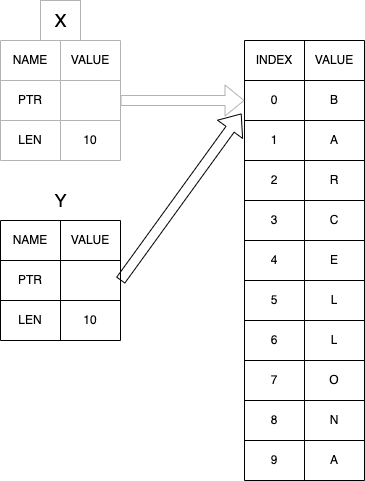
rmarioo/rust_demo keeps this draw.io diagram as rust_borrowing.png. Above is the earlier version. Source tidied: cells renumbered, new cells last; positions are measured from the earlier drawing's top-left corner, leaving out a move shared by most shapes.
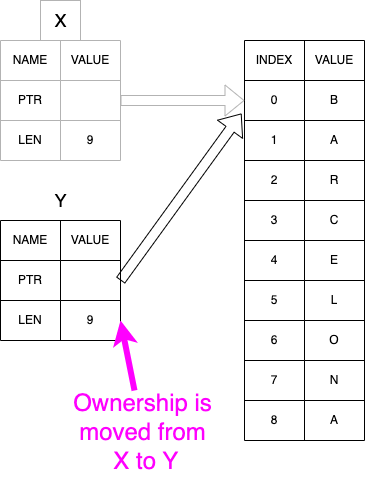
Later version of the same file.

Diff of the diagram source:
```diff
@@ -3,7 +3,7 @@
     <mxCell id="0" />
     <mxCell id="1" parent="0" />
     <mxCell id="2" style="shape=table;startSize=0;" parent="1" vertex="1">
-      <mxGeometry x="244" y="40" width="120" height="440" as="geometry" />
+      <mxGeometry x="244" y="40" width="120" height="400" as="geometry" />
     </mxCell>
     <mxCell id="3" style="shape=tableRow;horizontal=0;startSize=0;swimlaneHead=0;swimlaneBody=0;top=0;left=0;bottom=0;right=0;fillColor=none;" parent="2" vertex="1">
       <mxGeometry width="120" height="40" as="geometry" />
@@ -59,46 +59,37 @@
     <mxCell id="20" value="E" style="shape=partialRectangle;html=1;whiteSpace=wrap;overflow=hidden;fillColor=none;top=0;left=0;bottom=0;right=0;" parent="18" vertex="1">
       <mxGeometry x="60" width="60" height="40" as="geometry" />
     </mxCell>
-    <mxCell id="21" style="shape=tableRow;horizontal=0;startSize=0;swimlaneHead=0;swimlaneBody=0;top=0;left=0;bottom=0;right=0;fillColor=none;" parent="2" vertex="1">
-      <mxGeometry y="240" width="120" height="40" as="geometry" />
-    </mxCell>
-    <mxCell id="22" value="5" style="shape=partialRectangle;html=1;whiteSpace=wrap;overflow=hidden;fillColor=none;top=0;left=0;bottom=0;right=0;" parent="21" vertex="1">
-      <mxGeometry width="60" height="40" as="geometry" />
-    </mxCell>
-    <mxCell id="23" value="L" style="shape=partialRectangle;html=1;whiteSpace=wrap;overflow=hidden;fillColor=none;top=0;left=0;bottom=0;right=0;" parent="21" vertex="1">
-      <mxGeometry x="60" width="60" height="40" as="geometry" />
-    </mxCell>
     <mxCell id="24" style="shape=tableRow;horizontal=0;startSize=0;swimlaneHead=0;swimlaneBody=0;top=0;left=0;bottom=0;right=0;fillColor=none;" parent="2" vertex="1">
-      <mxGeometry y="280" width="120" height="40" as="geometry" />
+      <mxGeometry y="240" width="120" height="40" as="geometry" />
     </mxCell>
-    <mxCell id="25" value="6" style="shape=partialRectangle;html=1;whiteSpace=wrap;overflow=hidden;fillColor=none;top=0;left=0;bottom=0;right=0;" parent="24" vertex="1">
+    <mxCell id="25" value="5" style="shape=partialRectangle;html=1;whiteSpace=wrap;overflow=hidden;fillColor=none;top=0;left=0;bottom=0;right=0;" parent="24" vertex="1">
       <mxGeometry width="60" height="40" as="geometry" />
     </mxCell>
     <mxCell id="26" value="L" style="shape=partialRectangle;html=1;whiteSpace=wrap;overflow=hidden;fillColor=none;top=0;left=0;bottom=0;right=0;" parent="24" vertex="1">
       <mxGeometry x="60" width="60" height="40" as="geometry" />
     </mxCell>
     <mxCell id="27" style="shape=tableRow;horizontal=0;startSize=0;swimlaneHead=0;swimlaneBody=0;top=0;left=0;bottom=0;right=0;fillColor=none;" parent="2" vertex="1">
-      <mxGeometry y="320" width="120" height="40" as="geometry" />
+      <mxGeometry y="280" width="120" height="40" as="geometry" />
     </mxCell>
-    <mxCell id="28" value="7" style="shape=partialRectangle;html=1;whiteSpace=wrap;overflow=hidden;fillColor=none;top=0;left=0;bottom=0;right=0;" parent="27" vertex="1">
+    <mxCell id="28" value="6" style="shape=partialRectangle;html=1;whiteSpace=wrap;overflow=hidden;fillColor=none;top=0;left=0;bottom=0;right=0;" parent="27" vertex="1">
       <mxGeometry width="60" height="40" as="geometry" />
     </mxCell>
     <mxCell id="29" value="O" style="shape=partialRectangle;html=1;whiteSpace=wrap;overflow=hidden;fillColor=none;top=0;left=0;bottom=0;right=0;" parent="27" vertex="1">
       <mxGeometry x="60" width="60" height="40" as="geometry" />
     </mxCell>
     <mxCell id="30" style="shape=tableRow;horizontal=0;startSize=0;swimlaneHead=0;swimlaneBody=0;top=0;left=0;bottom=0;right=0;fillColor=none;" parent="2" vertex="1">
-      <mxGeometry y="360" width="120" height="40" as="geometry" />
+      <mxGeometry y="320" width="120" height="40" as="geometry" />
     </mxCell>
-    <mxCell id="31" value="8" style="shape=partialRectangle;html=1;whiteSpace=wrap;overflow=hidden;fillColor=none;top=0;left=0;bottom=0;right=0;" parent="30" vertex="1">
+    <mxCell id="31" value="7" style="shape=partialRectangle;html=1;whiteSpace=wrap;overflow=hidden;fillColor=none;top=0;left=0;bottom=0;right=0;" parent="30" vertex="1">
       <mxGeometry width="60" height="40" as="geometry" />
     </mxCell>
     <mxCell id="32" value="N" style="shape=partialRectangle;html=1;whiteSpace=wrap;overflow=hidden;fillColor=none;top=0;left=0;bottom=0;right=0;" parent="30" vertex="1">
       <mxGeometry x="60" width="60" height="40" as="geometry" />
     </mxCell>
     <mxCell id="33" style="shape=tableRow;horizontal=0;startSize=0;swimlaneHead=0;swimlaneBody=0;top=0;left=0;bottom=0;right=0;fillColor=none;" parent="2" vertex="1">
-      <mxGeometry y="400" width="120" height="40" as="geometry" />
+      <mxGeometry y="360" width="120" height="40" as="geometry" />
     </mxCell>
-    <mxCell id="34" value="9" style="shape=partialRectangle;html=1;whiteSpace=wrap;overflow=hidden;fillColor=none;top=0;left=0;bottom=0;right=0;" parent="33" vertex="1">
+    <mxCell id="34" value="8" style="shape=partialRectangle;html=1;whiteSpace=wrap;overflow=hidden;fillColor=none;top=0;left=0;bottom=0;right=0;" parent="33" vertex="1">
       <mxGeometry width="60" height="40" as="geometry" />
     </mxCell>
     <mxCell id="35" value="A" style="shape=partialRectangle;html=1;whiteSpace=wrap;overflow=hidden;fillColor=none;top=0;left=0;bottom=0;right=0;" parent="33" vertex="1">
@@ -131,7 +122,7 @@
     <mxCell id="44" value="LEN" style="shape=partialRectangle;html=1;whiteSpace=wrap;overflow=hidden;fillColor=none;top=0;left=0;bottom=0;right=0;strokeColor=#B3B3B3;" parent="43" vertex="1">
       <mxGeometry width="60" height="40" as="geometry" />
     </mxCell>
-    <mxCell id="45" value="10" style="shape=partialRectangle;html=1;whiteSpace=wrap;overflow=hidden;fillColor=none;top=0;left=0;bottom=0;right=0;strokeColor=#B3B3B3;" parent="43" vertex="1">
+    <mxCell id="45" value="9" style="shape=partialRectangle;html=1;whiteSpace=wrap;overflow=hidden;fillColor=none;top=0;left=0;bottom=0;right=0;strokeColor=#B3B3B3;" parent="43" vertex="1">
       <mxGeometry x="60" width="60" height="40" as="geometry" />
     </mxCell>
     <mxCell id="46" value="&lt;font style=&quot;font-size: 18px;&quot;&gt;X&lt;/font&gt;" style="text;html=1;align=center;verticalAlign=middle;strokeColor=#B3B3B3;fillColor=none;" parent="1" vertex="1">
@@ -167,7 +158,7 @@
     <mxCell id="56" value="LEN" style="shape=partialRectangle;html=1;whiteSpace=wrap;overflow=hidden;fillColor=none;top=0;left=0;bottom=0;right=0;" parent="55" vertex="1">
       <mxGeometry width="60" height="40" as="geometry" />
     </mxCell>
-    <mxCell id="57" value="10" style="shape=partialRectangle;html=1;whiteSpace=wrap;overflow=hidden;fillColor=none;top=0;left=0;bottom=0;right=0;" parent="55" vertex="1">
+    <mxCell id="57" value="9" style="shape=partialRectangle;html=1;whiteSpace=wrap;overflow=hidden;fillColor=none;top=0;left=0;bottom=0;right=0;" parent="55" vertex="1">
       <mxGeometry x="60" width="60" height="40" as="geometry" />
     </mxCell>
     <mxCell id="58" value="&lt;font style=&quot;font-size: 18px;&quot;&gt;Y&lt;/font&gt;" style="text;html=1;align=center;verticalAlign=middle;strokeColor=none;fillColor=none;" parent="1" vertex="1">
@@ -176,5 +167,13 @@
     <mxCell id="59" style="shape=flexArrow;endArrow=classic;html=1;rounded=0;fontSize=18;entryX=-0.025;entryY=0.825;entryDx=0;entryDy=0;entryPerimeter=0;exitX=1;exitY=0.5;exitDx=0;exitDy=0;" parent="1" edge="1" source="52" target="6">
       <mxGeometry relative="1" as="geometry" />
     </mxCell>
+    <mxCell id="60" value="&lt;font color=&quot;#ff00ff&quot; style=&quot;font-size: 24px;&quot;&gt;Ownership is &lt;br&gt;moved from&lt;br&gt;&amp;nbsp;X to Y&lt;/font&gt;" style="text;html=1;align=center;verticalAlign=middle;strokeColor=none;fillColor=none;" parent="1" vertex="1">
+      <mxGeometry x="62" y="382" width="160" height="100" as="geometry" />
+    </mxCell>
+    <mxCell id="61" style="endArrow=classic;html=1;rounded=0;fontSize=24;fontColor=#FF00FF;entryX=1;entryY=0.5;entryDx=0;entryDy=0;fillColor=#FF00FF;strokeWidth=6;strokeColor=#FF00FF;" parent="1" edge="1" target="55">
+      <mxGeometry relative="1" as="geometry">
+        <mxPoint x="134" y="390" as="sourcePoint" />
+      </mxGeometry>
+    </mxCell>
   </root>
 </mxGraphModel>
```
